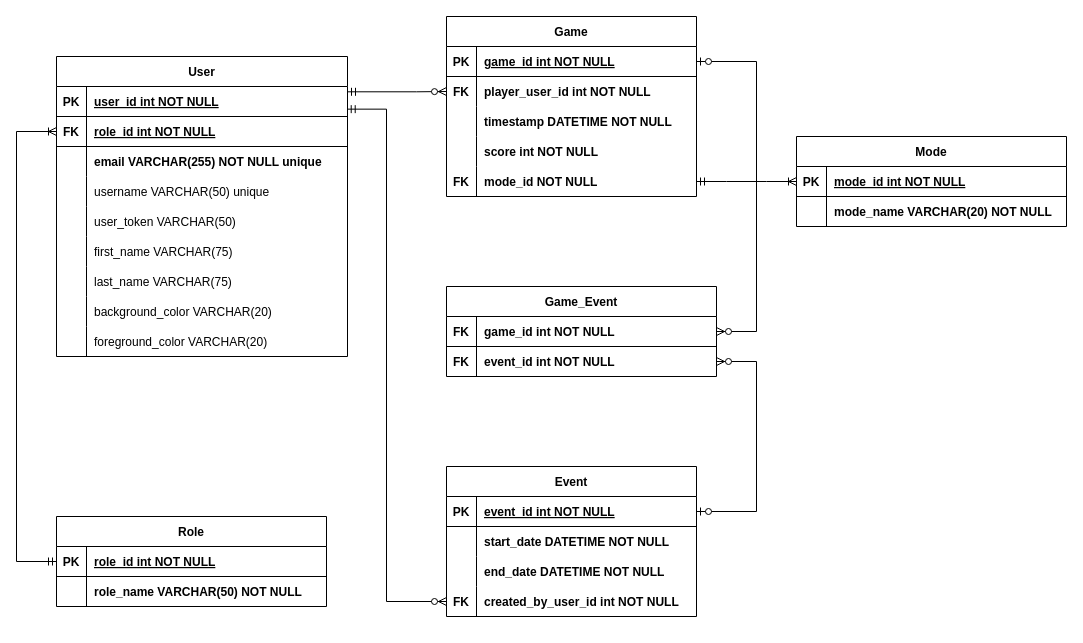
Earlier version of the draw.io diagram AEP Project ERD.drawio (sarablinn/aep-project). Source tidied: cells renumbered, new cells numbered last; positions are measured from the earlier drawing's top-left corner, leaving out a move shared by most shapes. Both pictures are drawn from the tidied source at 100%, with x=0, y=0 at pixel (16, 16).
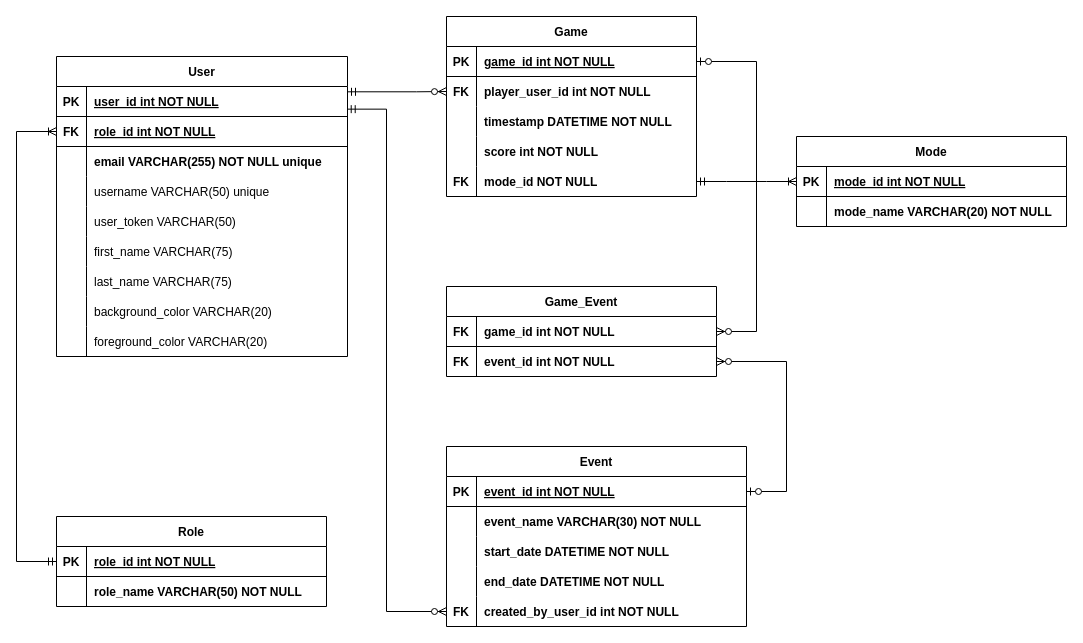
The same page after the edit.

Unchanged cells that the change refers to:
```xml
<mxCell id="78" style="shape=partialRectangle;fillColor=none;points=[[0,0.5],[1,0.5]];portConstraint=eastwest;top=0;left=0;right=0;bottom=0;" parent="74" vertex="1">
  <mxGeometry y="60" width="270" height="30" as="geometry" />
</mxCell>
```

What changed in the source:
```diff
@@
     <mxCell id="54" value="Event" style="shape=table;startSize=30;childLayout=tableLayout;rowLines=0;fontStyle=1;align=center;" parent="1" vertex="1">
-      <mxGeometry x="430" y="450" width="250" height="150" as="geometry" />
+      <mxGeometry x="430" y="430" width="300" height="180" as="geometry" />
     </mxCell>
     <mxCell id="55" style="shape=partialRectangle;fillColor=none;points=[[0,0.5],[1,0.5]];portConstraint=eastwest;top=0;left=0;right=0;bottom=1;" parent="54" vertex="1">
-      <mxGeometry y="30" width="250" height="30" as="geometry" />
+      <mxGeometry y="30" width="300" height="30" as="geometry" />
     </mxCell>
@@
     <mxCell id="57" value="event_id int NOT NULL" style="shape=partialRectangle;overflow=hidden;fillColor=none;top=0;left=0;bottom=0;right=0;align=left;spacingLeft=6;fontStyle=5;" parent="55" vertex="1">
-      <mxGeometry x="30" width="220" height="30" as="geometry" />
+      <mxGeometry x="30" width="270" height="30" as="geometry" />
     </mxCell>
+    <mxCell id="86" style="shape=partialRectangle;fillColor=none;top=0;left=0;right=0;bottom=0;" parent="54" vertex="1">
+      <mxGeometry y="60" width="300" height="30" as="geometry" />
+    </mxCell>
+    <mxCell id="87" style="shape=partialRectangle;overflow=hidden;fillColor=none;top=0;left=0;bottom=0;right=0;" parent="86" vertex="1">
+      <mxGeometry width="30" height="30" as="geometry" />
+    </mxCell>
+    <mxCell id="88" value="event_name VARCHAR(30) NOT NULL" style="shape=partialRectangle;overflow=hidden;fillColor=none;top=0;left=0;bottom=0;right=0;align=left;spacingLeft=6;fontStyle=1;" parent="86" vertex="1">
+      <mxGeometry x="30" width="270" height="30" as="geometry" />
+    </mxCell>
     <mxCell id="58" style="shape=partialRectangle;fillColor=none;top=0;left=0;right=0;bottom=0;" parent="54" vertex="1">
-      <mxGeometry y="60" width="250" height="30" as="geometry" />
+      <mxGeometry y="90" width="300" height="30" as="geometry" />
     </mxCell>
@@
     <mxCell id="60" value="start_date DATETIME NOT NULL" style="shape=partialRectangle;overflow=hidden;fillColor=none;top=0;left=0;bottom=0;right=0;align=left;spacingLeft=6;fontStyle=1;" parent="58" vertex="1">
-      <mxGeometry x="30" width="220" height="30" as="geometry" />
+      <mxGeometry x="30" width="270" height="30" as="geometry" />
     </mxCell>
     <mxCell id="61" style="shape=partialRectangle;fillColor=none;top=0;left=0;right=0;bottom=0;" parent="54" vertex="1">
-      <mxGeometry y="90" width="250" height="30" as="geometry" />
+      <mxGeometry y="120" width="300" height="30" as="geometry" />
     </mxCell>
@@
     <mxCell id="63" value="end_date DATETIME NOT NULL" style="shape=partialRectangle;overflow=hidden;fillColor=none;top=0;left=0;bottom=0;right=0;align=left;spacingLeft=6;fontStyle=1;" parent="61" vertex="1">
-      <mxGeometry x="30" width="220" height="30" as="geometry" />
+      <mxGeometry x="30" width="270" height="30" as="geometry" />
     </mxCell>
     <mxCell id="64" style="shape=partialRectangle;fillColor=none;points=[[0,0.5],[1,0.5]];portConstraint=eastwest;top=0;left=0;right=0;bottom=0;" parent="54" vertex="1">
-      <mxGeometry y="120" width="250" height="30" as="geometry" />
+      <mxGeometry y="150" width="300" height="30" as="geometry" />
     </mxCell>
@@
     <mxCell id="66" value="created_by_user_id int NOT NULL" style="shape=partialRectangle;overflow=hidden;fillColor=none;top=0;left=0;bottom=0;right=0;align=left;spacingLeft=6;fontStyle=1;" parent="64" vertex="1">
-      <mxGeometry x="30" width="220" height="30" as="geometry" />
+      <mxGeometry x="30" width="270" height="30" as="geometry" />
     </mxCell>
@@
     <mxCell id="84" style="edgeStyle=elbowEdgeStyle;fontSize=12;html=1;endArrow=ERzeroToMany;startArrow=ERzeroToOne;rounded=0;exitX=1;exitY=0.5;exitDx=0;exitDy=0;entryX=1;entryY=0.5;entryDx=0;entryDy=0;" parent="1" edge="1" source="55" target="78">
       <mxGeometry relative="1" as="geometry">
         <Array as="points">
+          <mxPoint x="770" y="410" />
           <mxPoint x="740" y="390" />
           <mxPoint x="750" y="410" />
         </Array>
       </mxGeometry>
     </mxCell>
```
